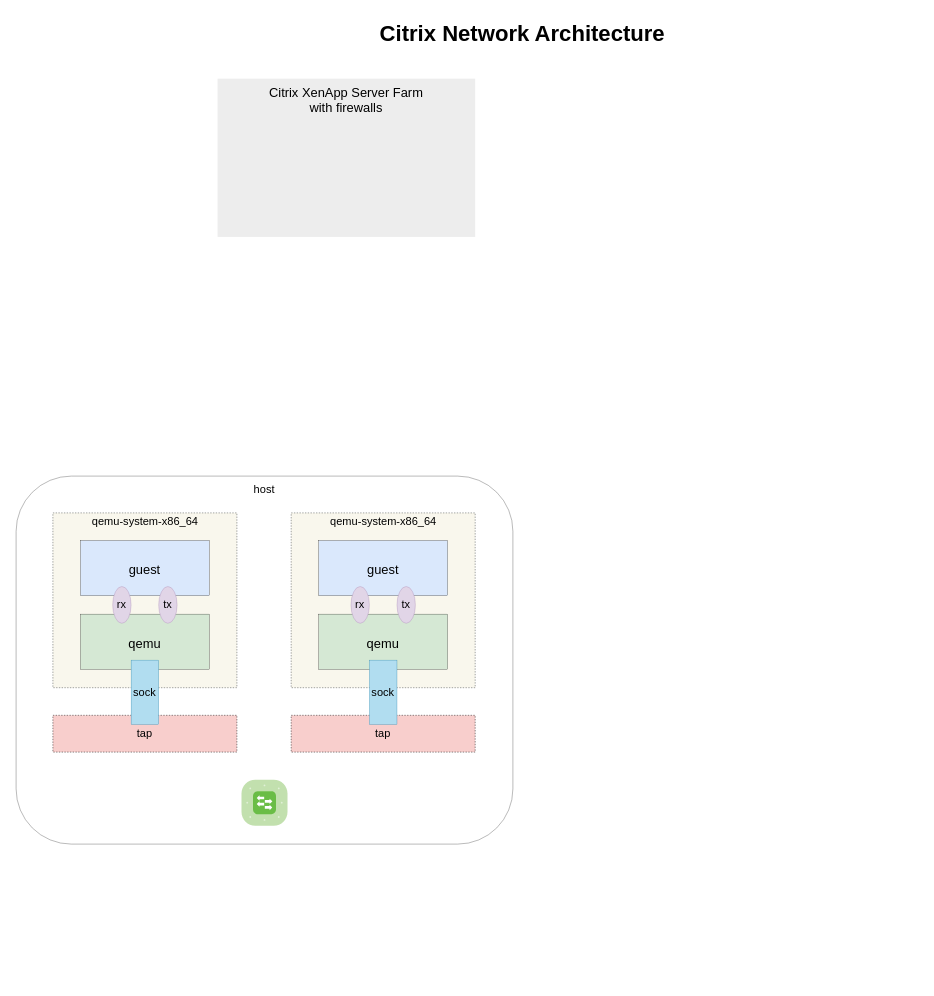
qinxinliang/diagrams keeps this draw.io diagram as Untitled Diagram.drawio. Above is the earlier version. Source tidied: cells renumbered, new cells numbered last; positions are measured from the earlier drawing's top-left corner, leaving out a move shared by most shapes. Both pictures are drawn from the tidied source at 92%, with x=0, y=0 at pixel (16, 16).
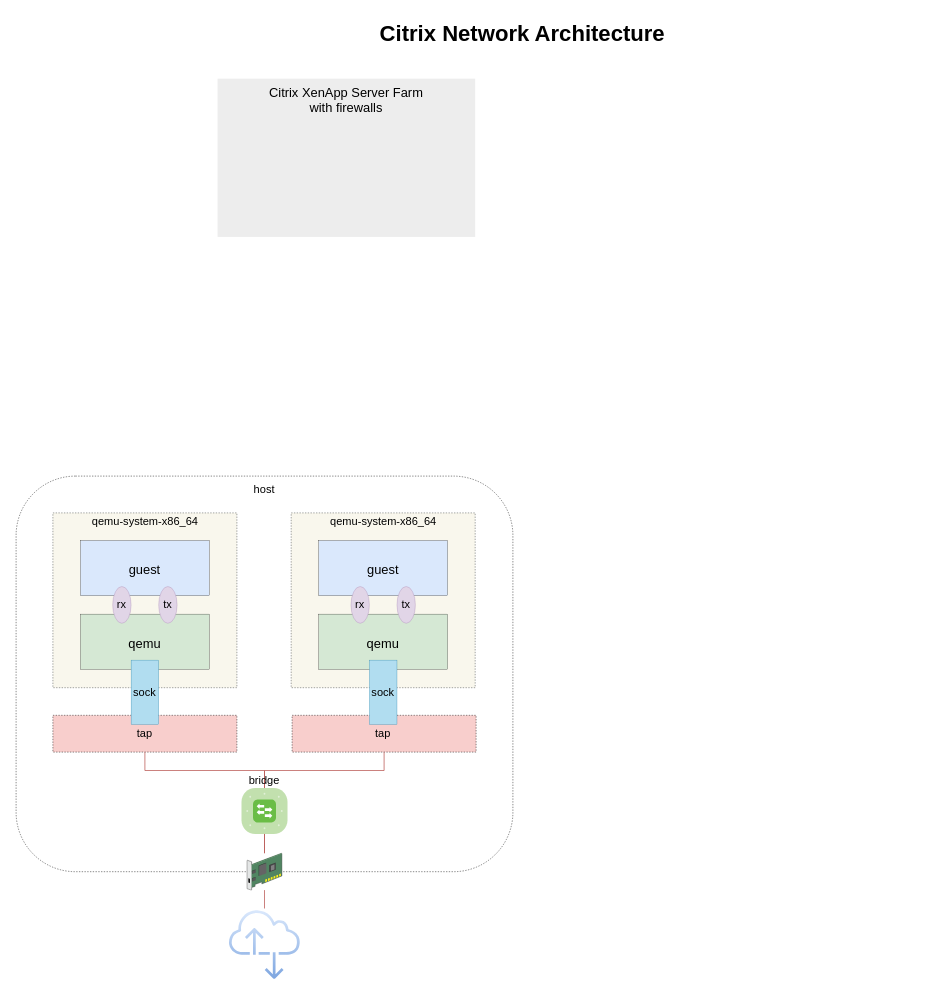
Above is the later version.

The change refers to these unchanged cells:
```xml
<mxCell id="4" value="&lt;div&gt;&lt;br&gt;&lt;/div&gt;" style="whiteSpace=wrap;html=1;fillColor=#f8cecc;fontSize=14;strokeColor=default;verticalAlign=top;strokeWidth=0.5;dashed=1;" parent="1" vertex="1">
  <mxGeometry x="40" y="760" width="200" height="40" as="geometry" />
</mxCell>
```

The edit, as a diff of the source:
```diff
@@
-    <mxCell id="2" style="rounded=1;whiteSpace=wrap;html=1;strokeWidth=0.3;" parent="1" vertex="1">
-      <mxGeometry y="500" width="540" height="400" as="geometry" />
+    <mxCell id="2" style="rounded=1;whiteSpace=wrap;html=1;strokeWidth=0.5;dashed=1;" parent="1" vertex="1">
+      <mxGeometry y="500" width="540" height="430" as="geometry" />
     </mxCell>
@@
-    <mxCell id="7" value="&lt;br&gt;&lt;div&gt;guest&lt;/div&gt;" style="whiteSpace=wrap;html=1;fillColor=#dae8fc;fontSize=14;strokeColor=default;verticalAlign=top;strokeWidth=0.3;" parent="1" vertex="1">
+    <mxCell id="7" value="&lt;br&gt;&lt;div&gt;guest&lt;/div&gt;" style="whiteSpace=wrap;html=1;fillColor=#dae8fc;fontSize=14;strokeColor=default;verticalAlign=top;strokeWidth=0.3;comic=0;" parent="1" vertex="1">
       <mxGeometry x="70" y="570" width="140" height="60" as="geometry" />
     </mxCell>
@@
     <mxCell id="15" value="&lt;div&gt;&lt;br&gt;&lt;/div&gt;" style="whiteSpace=wrap;html=1;fillColor=#f8cecc;fontSize=14;strokeColor=default;verticalAlign=top;strokeWidth=0.5;dashed=1;" parent="1" vertex="1">
-      <mxGeometry x="299" y="760" width="200" height="40" as="geometry" />
+      <mxGeometry x="300" y="760" width="200" height="40" as="geometry" />
     </mxCell>
@@
     <mxCell id="24" style="verticalLabelPosition=bottom;sketch=0;html=1;fillColor=#6ABD46;strokeColor=#ffffff;verticalAlign=top;align=center;points=[[0.085,0.085,0],[0.915,0.085,0],[0.915,0.915,0],[0.085,0.915,0],[0.25,0,0],[0.5,0,0],[0.75,0,0],[1,0.25,0],[1,0.5,0],[1,0.75,0],[0.75,1,0],[0.5,1,0],[0.25,1,0],[0,0.75,0],[0,0.5,0],[0,0.25,0]];shape=mxgraph.cisco_safe.compositeIcon;bgIcon=mxgraph.cisco_safe.architecture.generic_appliance;resIcon=mxgraph.cisco_safe.architecture.switch;" parent="1" vertex="1">
-      <mxGeometry x="245" y="830" width="50" height="50" as="geometry" />
+      <mxGeometry x="245" y="839" width="50" height="50" as="geometry" />
     </mxCell>
+    <mxCell id="25" style="shadow=0;dashed=0;html=1;labelPosition=center;verticalLabelPosition=bottom;verticalAlign=top;align=center;outlineConnect=0;shape=mxgraph.veeam.3d.network_card;" parent="1" vertex="1">
+      <mxGeometry x="251" y="910" width="38" height="40" as="geometry" />
+    </mxCell>
+    <mxCell id="26" style="endArrow=none;html=1;rounded=0;entryX=0.5;entryY=1;entryDx=0;entryDy=0;exitX=0.5;exitY=0;exitDx=0;exitDy=0;exitPerimeter=0;strokeWidth=0.8;fillColor=#f8cecc;gradientColor=#ea6b66;strokeColor=#b85450;" parent="1" edge="1" source="24" target="4">
+      <mxGeometry relative="1" as="geometry">
+        <Array as="points">
+          <mxPoint x="270" y="820" />
+          <mxPoint x="140" y="820" />
+        </Array>
+      </mxGeometry>
+    </mxCell>
+    <mxCell id="27" style="endArrow=none;html=1;rounded=0;exitX=0.5;exitY=0;exitDx=0;exitDy=0;exitPerimeter=0;entryX=0.5;entryY=1;entryDx=0;entryDy=0;strokeWidth=0.8;fillColor=#f8cecc;gradientColor=#ea6b66;strokeColor=#b85450;" parent="1" edge="1" source="24" target="15">
+      <mxGeometry relative="1" as="geometry">
+        <Array as="points">
+          <mxPoint x="270" y="820" />
+          <mxPoint x="400" y="820" />
+        </Array>
+      </mxGeometry>
+    </mxCell>
+    <mxCell id="28" style="endArrow=none;html=1;rounded=0;entryX=0.5;entryY=1;entryDx=0;entryDy=0;entryPerimeter=0;fillColor=#f8cecc;gradientColor=#ea6b66;strokeColor=#b85450;" parent="1" edge="1" source="25" target="24">
+      <mxGeometry relative="1" as="geometry" />
+    </mxCell>
+    <mxCell id="29" style="sketch=0;gradientColor=#7ea6e0;fillColor=#dae8fc;strokeColor=#6c8ebf;dashed=0;verticalLabelPosition=bottom;verticalAlign=top;align=center;html=1;fontSize=12;fontStyle=0;shape=mxgraph.aws4.internet_alt2;" parent="1" vertex="1">
+      <mxGeometry x="231" y="970" width="78" height="78" as="geometry" />
+    </mxCell>
+    <mxCell id="30" style="endArrow=none;html=1;rounded=0;fillColor=#f8cecc;gradientColor=#ea6b66;strokeColor=#b85450;strokeWidth=0.8;" parent="1" edge="1" target="25">
+      <mxGeometry relative="1" as="geometry">
+        <mxPoint x="270" y="970" as="sourcePoint" />
+      </mxGeometry>
+    </mxCell>
+    <mxCell id="31" value="bridge" style="text;html=1;strokeColor=none;fillColor=none;align=center;verticalAlign=middle;whiteSpace=wrap;rounded=0;" parent="1" vertex="1">
+      <mxGeometry x="245" y="821" width="50" height="20" as="geometry" />
+    </mxCell>
```
